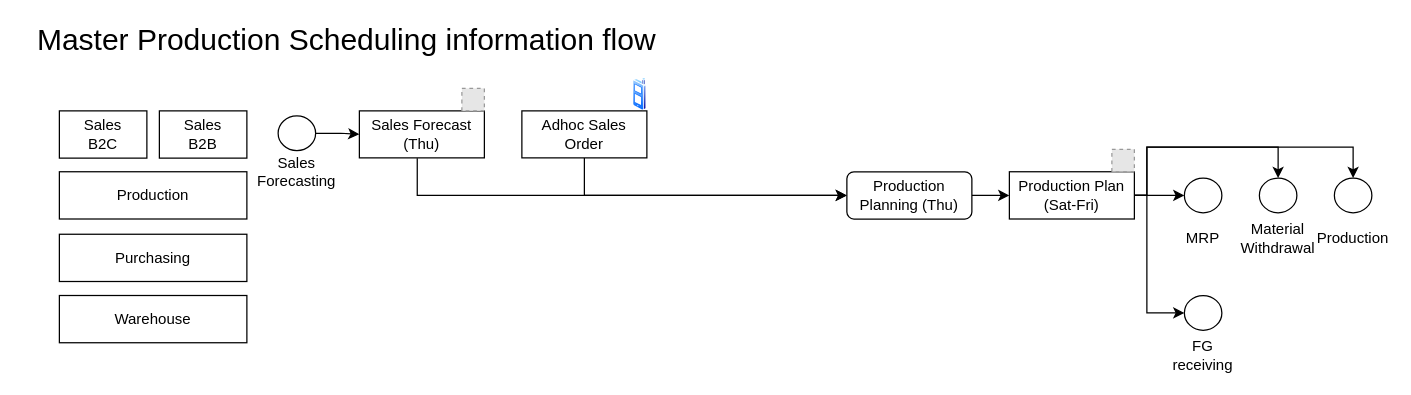
Above: page "MPS" (4 of 14) of E2E.drawio in pkppm-dev/Roy-s (draw.io), before the change. Source tidied: cells renumbered, new cells numbered last; positions are measured from the earlier drawing's top-left corner, leaving out a move shared by most shapes. Both pictures are drawn from the tidied source at 125%, with x=0, y=0 at pixel (21, 21). Pictures stored in the file or linked from it are replaced by grey dashed boxes.
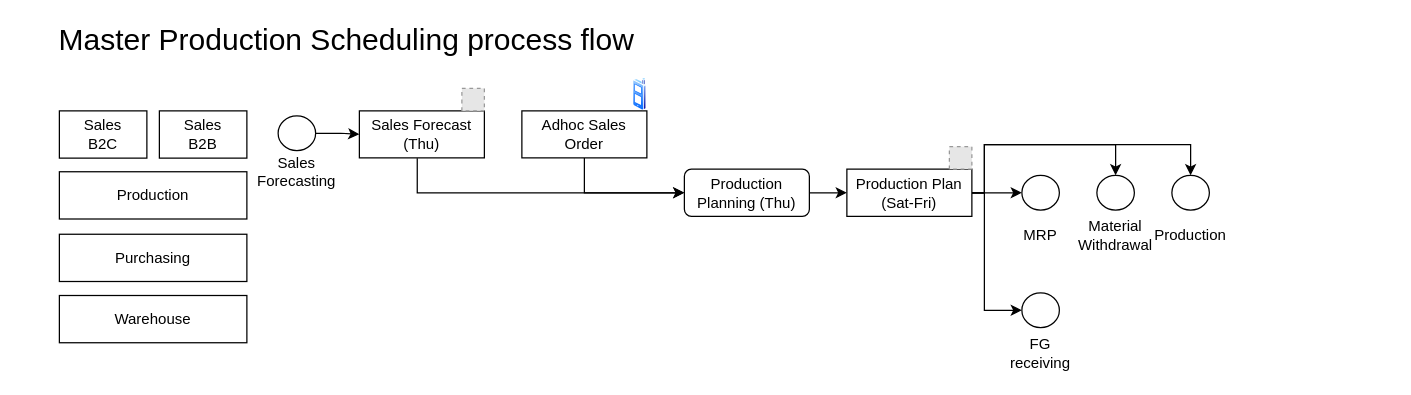
After the change.

Diff of the diagram source:
```diff
@@
-    <mxCell id="2" value="&lt;font style=&quot;font-size: 24px;&quot;&gt;Master Production Scheduling information flow&lt;/font&gt;" style="text;html=1;align=center;verticalAlign=middle;whiteSpace=wrap;rounded=0;" parent="1" vertex="1">
+    <mxCell id="2" value="&lt;font style=&quot;font-size: 24px;&quot;&gt;Master Production Scheduling process flow&lt;/font&gt;" style="text;html=1;align=center;verticalAlign=middle;whiteSpace=wrap;rounded=0;" parent="1" vertex="1">
       <mxGeometry width="520" height="30" as="geometry" />
     </mxCell>
@@
     <mxCell id="10" value="Production Planning (Thu)" style="whiteSpace=wrap;html=1;rounded=1;" parent="1" vertex="1">
-      <mxGeometry x="660" y="119.9" width="100" height="37.8" as="geometry" />
+      <mxGeometry x="530" y="117.8" width="100" height="37.8" as="geometry" />
     </mxCell>
@@
     <mxCell id="19" style="edgeStyle=orthogonalEdgeStyle;rounded=0;jettySize=auto;html=1;entryX=0.5;entryY=0;entryDx=0;entryDy=0;" parent="1" edge="1" source="22" target="27">
       <mxGeometry relative="1" as="geometry">
         <Array as="points">
-          <mxPoint x="900" y="139.2" />
-          <mxPoint x="900" y="100.2" />
-          <mxPoint x="1005" y="100.2" />
+          <mxPoint x="770" y="137.1" />
+          <mxPoint x="770" y="98.1" />
+          <mxPoint x="875" y="98.1" />
         </Array>
       </mxGeometry>
     </mxCell>
     <mxCell id="20" style="edgeStyle=orthogonalEdgeStyle;shape=connector;rounded=0;jumpStyle=arc;jettySize=auto;html=1;entryX=0;entryY=0.5;entryDx=0;entryDy=0;strokeColor=default;align=center;verticalAlign=middle;fontFamily=Helvetica;fontSize=11;fontColor=default;labelBackgroundColor=default;endArrow=classic;" parent="1" edge="1" source="22" target="29">
       <mxGeometry relative="1" as="geometry">
         <Array as="points">
-          <mxPoint x="900" y="139.2" />
-          <mxPoint x="900" y="233.2" />
+          <mxPoint x="770" y="137.1" />
+          <mxPoint x="770" y="231.1" />
         </Array>
       </mxGeometry>
     </mxCell>
     <mxCell id="21" style="edgeStyle=orthogonalEdgeStyle;shape=connector;rounded=0;jumpStyle=arc;jettySize=auto;html=1;entryX=0.5;entryY=0;entryDx=0;entryDy=0;strokeColor=default;align=center;verticalAlign=middle;fontFamily=Helvetica;fontSize=11;fontColor=default;labelBackgroundColor=default;endArrow=classic;" parent="1" edge="1" source="22" target="31">
       <mxGeometry relative="1" as="geometry">
         <Array as="points">
-          <mxPoint x="900" y="139.2" />
-          <mxPoint x="900" y="100.2" />
-          <mxPoint x="1065" y="100.2" />
+          <mxPoint x="770" y="137.1" />
+          <mxPoint x="770" y="98.1" />
+          <mxPoint x="935" y="98.1" />
         </Array>
       </mxGeometry>
     </mxCell>
     <mxCell id="22" value="Production Plan&lt;div&gt;(Sat-Fri)&lt;/div&gt;" style="whiteSpace=wrap;html=1;rounded=0;" parent="1" vertex="1">
-      <mxGeometry x="790" y="119.9" width="100" height="37.8" as="geometry" />
+      <mxGeometry x="660" y="117.8" width="100" height="37.8" as="geometry" />
     </mxCell>
     <mxCell id="23" style="ellipse;whiteSpace=wrap;html=1;" parent="1" vertex="1">
-      <mxGeometry x="930" y="124.9" width="30" height="27.8" as="geometry" />
+      <mxGeometry x="800" y="122.8" width="30" height="27.8" as="geometry" />
     </mxCell>
     <mxCell id="24" value="MRP" style="text;html=1;align=center;verticalAlign=middle;whiteSpace=wrap;rounded=0;" parent="1" vertex="1">
-      <mxGeometry x="915" y="157.7" width="60" height="30" as="geometry" />
+      <mxGeometry x="785" y="155.6" width="60" height="30" as="geometry" />
     </mxCell>
     <mxCell id="25" style="fillColor=#E6E6E6;strokeColor=#999999;dashed=1;html=1;verticalAlign=top;verticalLabelPosition=bottom;labelBackgroundColor=#ffffff;" parent="1" vertex="1">
-      <mxGeometry x="872" y="101.9" width="18" height="18" as="geometry" />
+      <mxGeometry x="742" y="99.8" width="18" height="18" as="geometry" />
     </mxCell>
@@
     <mxCell id="27" style="ellipse;whiteSpace=wrap;html=1;" parent="1" vertex="1">
-      <mxGeometry x="990" y="124.9" width="30" height="27.8" as="geometry" />
+      <mxGeometry x="860" y="122.8" width="30" height="27.8" as="geometry" />
     </mxCell>
     <mxCell id="28" value="Material Withdrawal" style="text;html=1;align=center;verticalAlign=middle;whiteSpace=wrap;rounded=0;" parent="1" vertex="1">
-      <mxGeometry x="975" y="157.7" width="60" height="30" as="geometry" />
+      <mxGeometry x="845" y="155.6" width="60" height="30" as="geometry" />
     </mxCell>
     <mxCell id="29" style="ellipse;whiteSpace=wrap;html=1;" parent="1" vertex="1">
-      <mxGeometry x="930" y="218.9" width="30" height="27.8" as="geometry" />
+      <mxGeometry x="800" y="216.8" width="30" height="27.8" as="geometry" />
     </mxCell>
     <mxCell id="30" value="FG receiving" style="text;html=1;align=center;verticalAlign=middle;whiteSpace=wrap;rounded=0;" parent="1" vertex="1">
-      <mxGeometry x="915" y="251.7" width="60" height="30" as="geometry" />
+      <mxGeometry x="785" y="249.6" width="60" height="30" as="geometry" />
     </mxCell>
     <mxCell id="31" style="ellipse;whiteSpace=wrap;html=1;" parent="1" vertex="1">
-      <mxGeometry x="1050" y="124.9" width="30" height="27.8" as="geometry" />
+      <mxGeometry x="920" y="122.8" width="30" height="27.8" as="geometry" />
     </mxCell>
     <mxCell id="32" value="Production" style="text;html=1;align=center;verticalAlign=middle;whiteSpace=wrap;rounded=0;" parent="1" vertex="1">
-      <mxGeometry x="1035" y="157.7" width="60" height="30" as="geometry" />
+      <mxGeometry x="905" y="155.6" width="60" height="30" as="geometry" />
     </mxCell>
```
